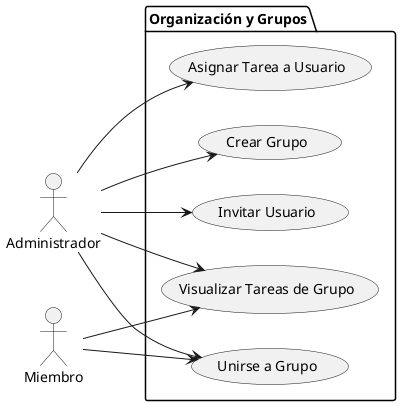
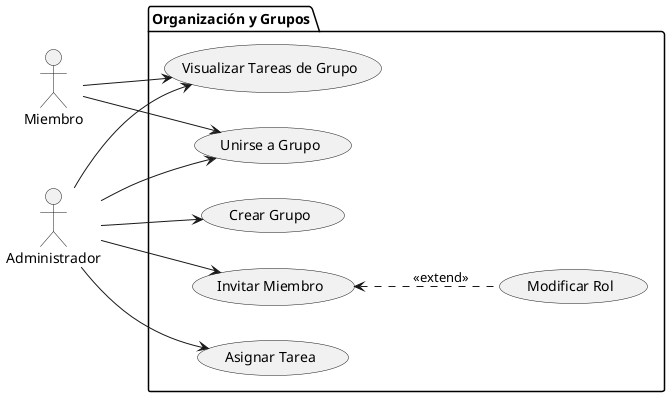
@startuml DiagramaOrganizaciónYGrupos
left to right direction
actor "Administrador" as Admin
actor "Miembro" as Miem

-     package "Organización y Grupos" {
-         usecase "Crear Grupo" as UC_G1
-         usecase "Unirse a Grupo" as UC_G2
-         usecase "Invitar Usuario" as UC_G3
-         usecase "Visualizar Tareas de Grupo" as UC_G4
-         usecase "Asignar Tarea a Usuario" as UC_G5
-     }
+ package "Organización y Grupos" {
+     usecase "Crear Grupo" as UC_G1
+     usecase "Unirse a Grupo" as UC_G2
+     usecase "Invitar Miembro" as UC_G3
+     usecase "Visualizar Tareas de Grupo" as UC_G4
+     usecase "Asignar Tarea" as UC_G5

-     Admin --> UC_G1
-     Admin --> UC_G2
-     Miem --> UC_G2
-     Admin --> UC_G3
-     Admin --> UC_G4
-     Miem --> UC_G4
-     Admin --> UC_G5
+     usecase "Modificar Rol" as UC_G6
+ }
+ 
+ Admin --> UC_G1
+ Admin --> UC_G2
+ Miem --> UC_G2
+ Admin --> UC_G3
+ Admin --> UC_G4
+ Miem --> UC_G4
+ Admin --> UC_G5
+ UC_G3 <.. UC_G6 : <<extend>>
+ 
+ 
+ 
@enduml